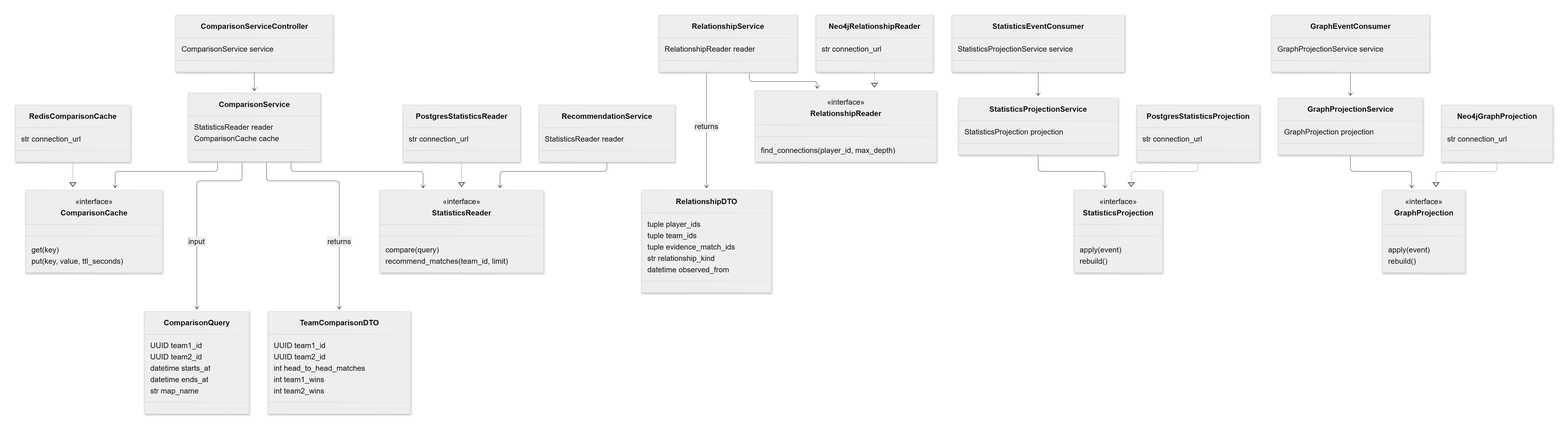
Earlier version of the Mermaid export docs/diagrams/images/analytics-classes.png (IvnMrzv07/db-is-course-project). Its source is kept beside it as docs/diagrams/analytics-classes.mmd.
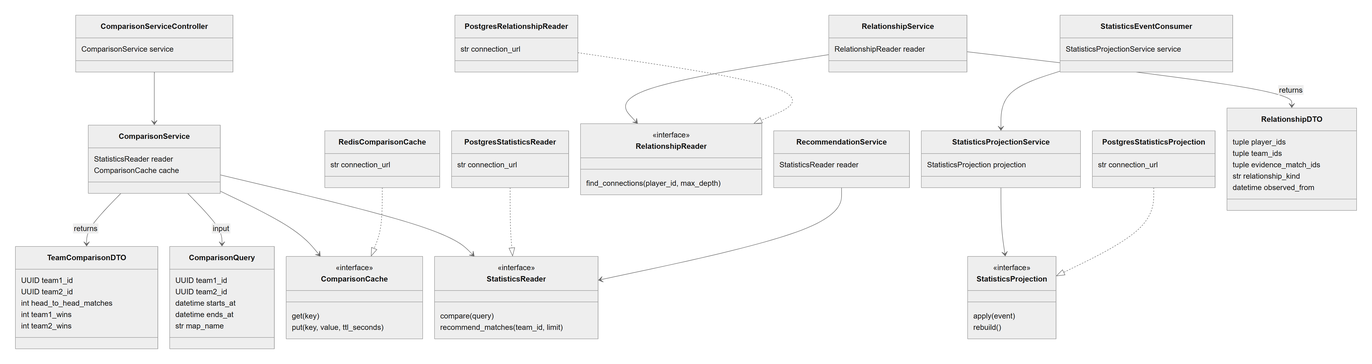
The same diagram one commit later.

Diff of the diagram source:
```diff
@@ -29,7 +29,7 @@
         <<interface>>
         find_connections(player_id, max_depth)
     }
-    class Neo4jRelationshipReader {
+    class PostgresRelationshipReader {
         str connection_url
     }
     class RecommendationService {
@@ -49,34 +49,17 @@
     class PostgresStatisticsProjection {
         str connection_url
     }
-    class GraphEventConsumer {
-        GraphProjectionService service
-    }
-    class GraphProjectionService {
-        GraphProjection projection
-    }
-    class GraphProjection {
-        <<interface>>
-        apply(event)
-        rebuild()
-    }
-    class Neo4jGraphProjection {
-        str connection_url
-    }
     ComparisonServiceController --> ComparisonService
     ComparisonService --> StatisticsReader
     ComparisonService --> ComparisonCache
     PostgresStatisticsReader ..|> StatisticsReader
     RedisComparisonCache ..|> ComparisonCache
     RelationshipService --> RelationshipReader
-    Neo4jRelationshipReader ..|> RelationshipReader
+    PostgresRelationshipReader ..|> RelationshipReader
     RecommendationService --> StatisticsReader
     StatisticsEventConsumer --> StatisticsProjectionService
     StatisticsProjectionService --> StatisticsProjection
     PostgresStatisticsProjection ..|> StatisticsProjection
-    GraphEventConsumer --> GraphProjectionService
-    GraphProjectionService --> GraphProjection
-    Neo4jGraphProjection ..|> GraphProjection
     class ComparisonQuery {
         UUID team1_id
         UUID team2_id
```
